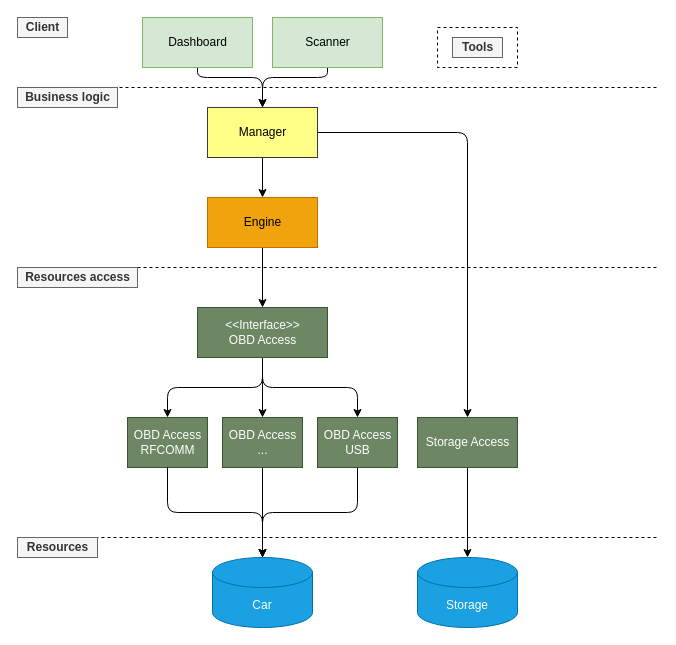
avatarp/fluffy-dashboard keeps this draw.io diagram as page "System project" (1 of 4) of Documentation/Fluffy dashboard architecture.drawio. Above is the earlier version. Source tidied: cells renumbered, new cells numbered last; positions are measured from the earlier drawing's top-left corner, leaving out a move shared by most shapes. Both pictures are drawn from the tidied source at 100%, with x=0, y=0 at pixel (17, 17).
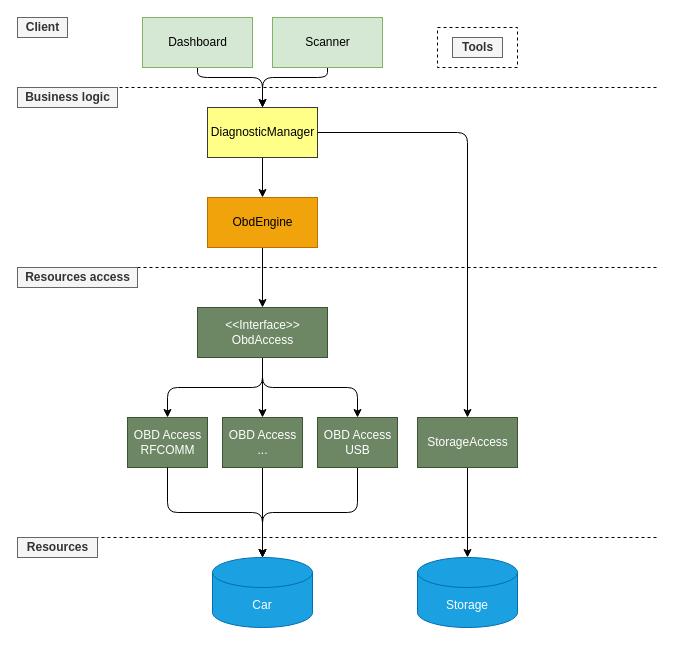
The same page after the edit.

Commit message (it also covers changes not shown here):
Added Manager diagram page

What changed in the source:
```diff
@@
-    <mxCell id="6" value="&lt;div&gt;Manager&lt;/div&gt;" style="html=1;fillColor=#ffff88;strokeColor=#36393d;" parent="1" vertex="1">
+    <mxCell id="6" value="&lt;div&gt;DiagnosticManager&lt;/div&gt;" style="html=1;fillColor=#ffff88;strokeColor=#36393d;" parent="1" vertex="1">
       <mxGeometry x="190" y="90" width="110" height="50" as="geometry" />
     </mxCell>
@@
-    <mxCell id="9" value="Engine" style="html=1;fillColor=#f0a30a;fontColor=#000000;strokeColor=#BD7000;" parent="1" vertex="1">
+    <mxCell id="9" value="ObdEngine" style="html=1;fillColor=#f0a30a;fontColor=#000000;strokeColor=#BD7000;" parent="1" vertex="1">
       <mxGeometry x="190" y="180" width="110" height="50" as="geometry" />
     </mxCell>
@@
-    <mxCell id="16" value="&lt;div&gt;&amp;lt;&amp;lt;Interface&amp;gt;&amp;gt;&lt;/div&gt;OBD Access" style="html=1;fillColor=#6d8764;strokeColor=#3A5431;fontColor=#ffffff;" parent="1" vertex="1">
+    <mxCell id="16" value="&lt;div&gt;&amp;lt;&amp;lt;Interface&amp;gt;&amp;gt;&lt;/div&gt;ObdAccess" style="html=1;fillColor=#6d8764;strokeColor=#3A5431;fontColor=#ffffff;" parent="1" vertex="1">
       <mxGeometry x="180" y="290" width="130" height="50" as="geometry" />
     </mxCell>
@@
-    <mxCell id="18" value="Storage Access" style="html=1;fillColor=#6d8764;fontColor=#ffffff;strokeColor=#3A5431;" parent="1" vertex="1">
+    <mxCell id="18" value="StorageAccess" style="html=1;fillColor=#6d8764;fontColor=#ffffff;strokeColor=#3A5431;" parent="1" vertex="1">
       <mxGeometry x="400" y="400" width="100" height="50" as="geometry" />
     </mxCell>
```
